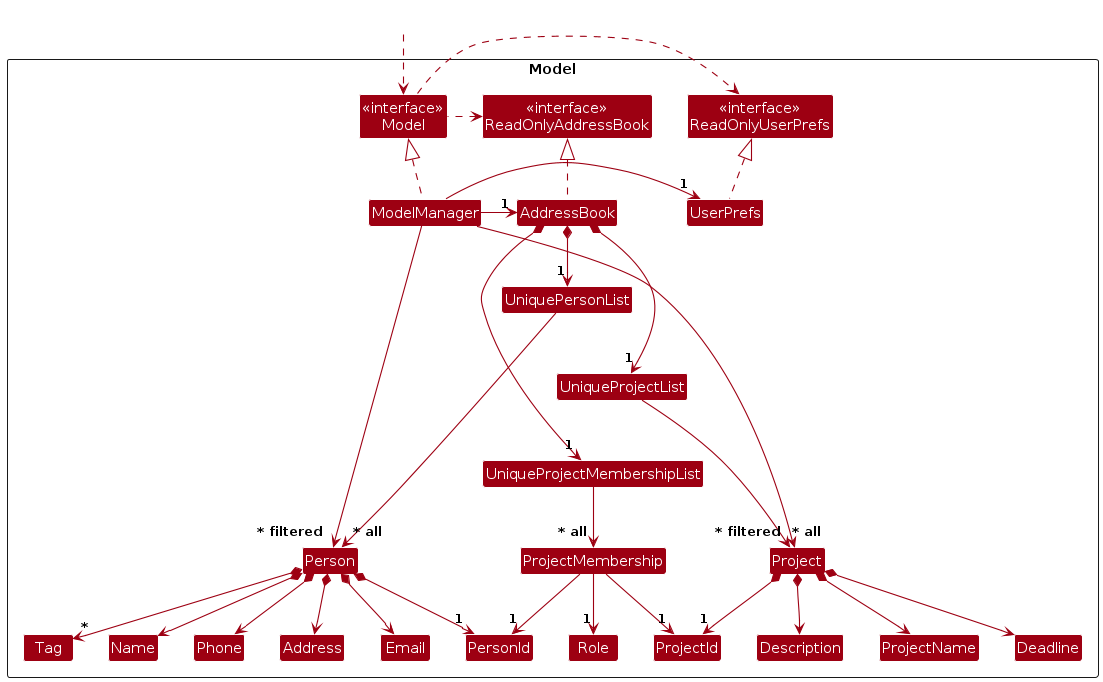
Above: diagrams/ModelClassDiagram.png in AY2627S1-CS2103T-T08-2/tp (PlantUML), before the change. Its source is kept beside it as diagrams/ModelClassDiagram.puml.
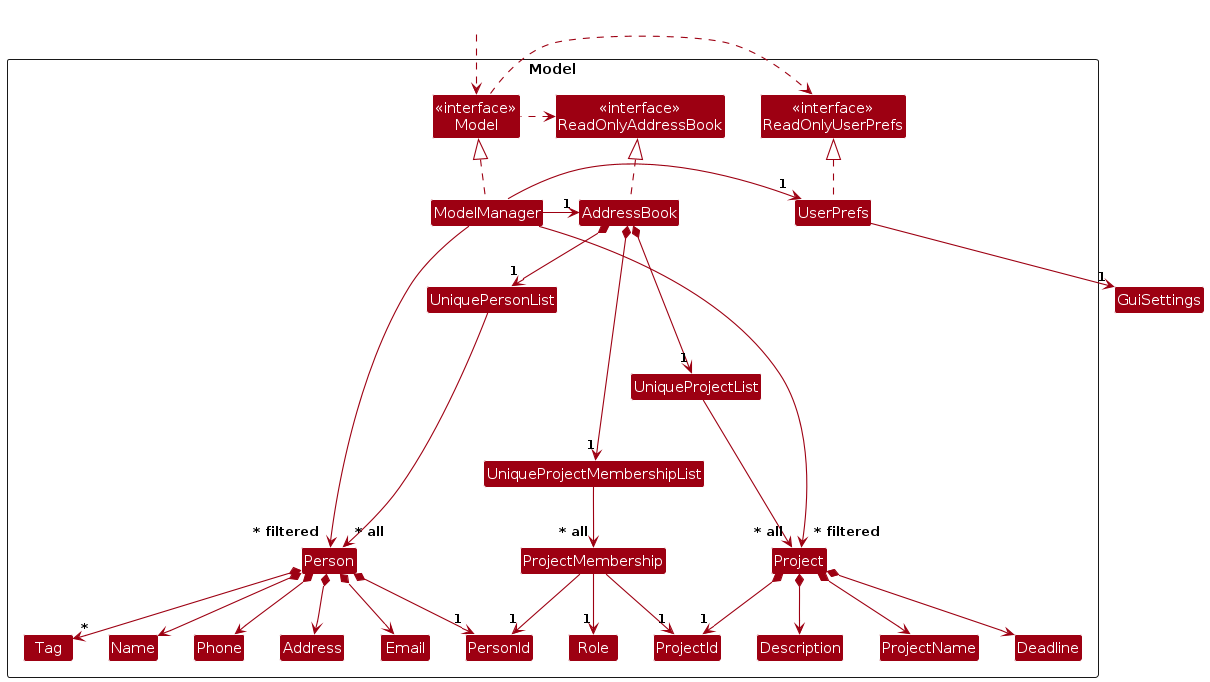
The same file after the commit.

What changed in the source:
```diff
@@ -35,6 +35,7 @@
 Class I #FFFFFF
 }
 
+Class GuiSettings
 Class HiddenOutside #FFFFFF
 HiddenOutside ..> Model
 
@@ -46,6 +47,7 @@
 ModelManager -left-> "1" AddressBook
 ModelManager -right-> "1" UserPrefs
 UserPrefs .up.|> ReadOnlyUserPrefs
+UserPrefs --> "1" GuiSettings
 
 AddressBook *--> "1" UniquePersonList
 UniquePersonList --> "~* all" Person
```
